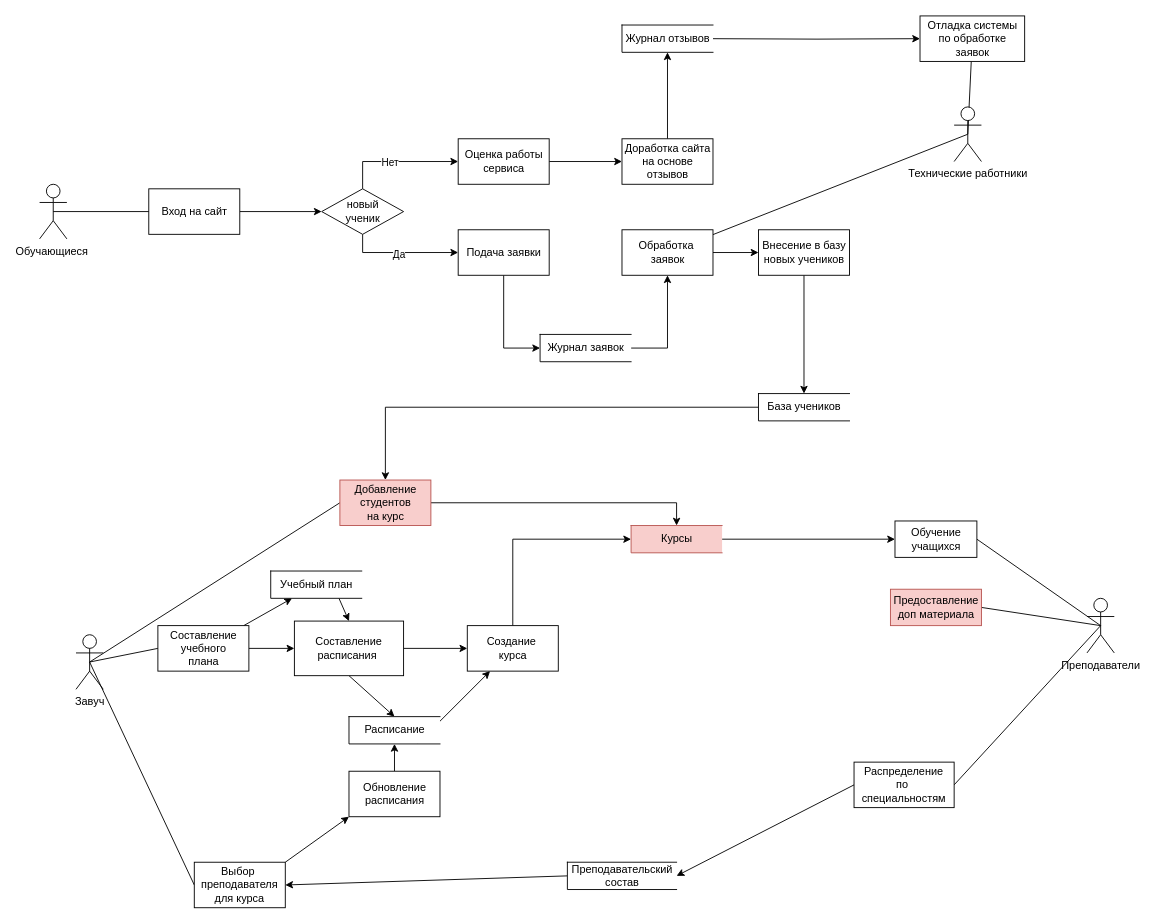
Above: DFD1.drawio in JKtheeone/Online-School (draw.io), before the change. Source tidied: cells renumbered, new cells numbered last; positions are measured from the earlier drawing's top-left corner, leaving out a move shared by most shapes. Both pictures are drawn from the tidied source at 91%, with x=0, y=0 at pixel (39, 15).
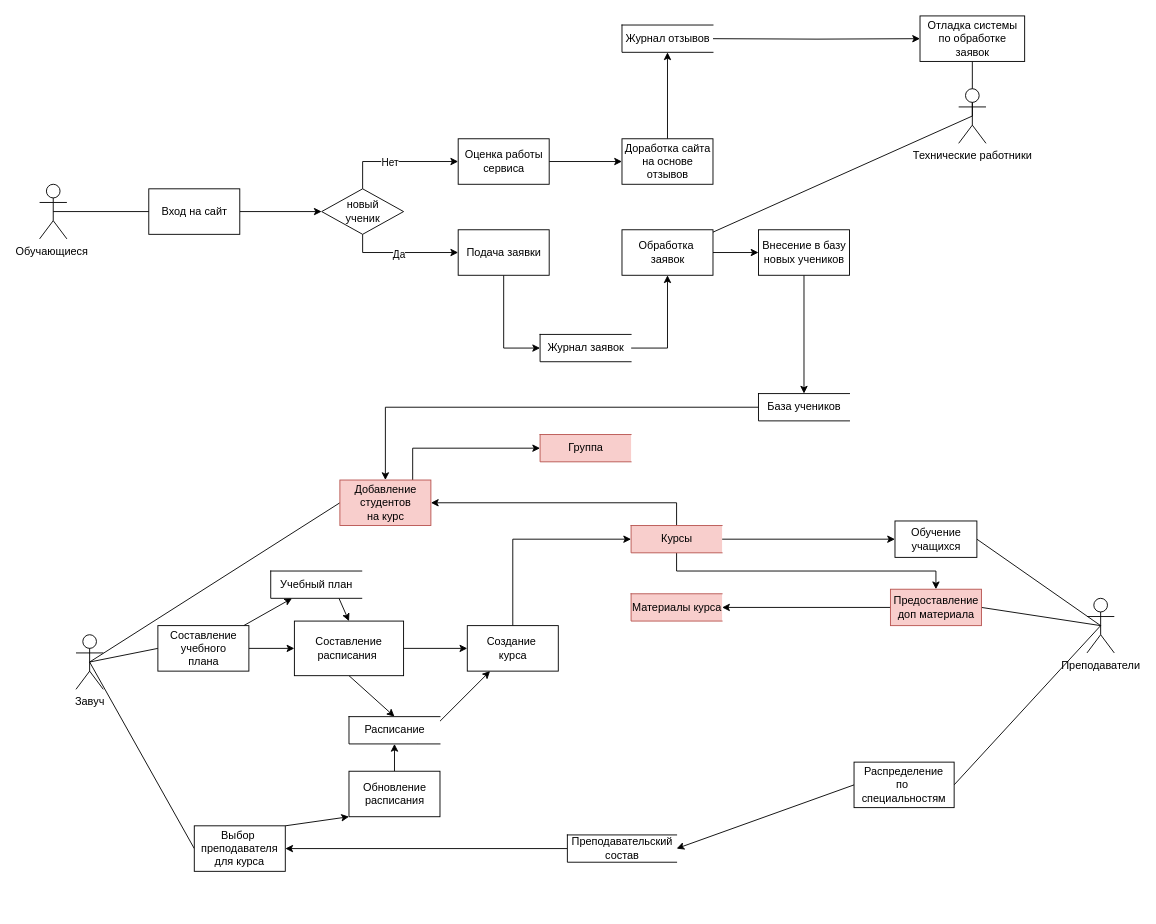
The same diagram, later.

The change refers to these unchanged cells:
```xml
<mxCell id="33" value="Курсы" style="html=1;dashed=0;whitespace=wrap;shape=partialRectangle;right=0;fillColor=#f8cecc;strokeColor=#b85450;" parent="1" vertex="1">
  <mxGeometry x="650" y="560" width="100" height="30" as="geometry" />
</mxCell>
<mxCell id="38" value="Предоставление&lt;br&gt;доп материала" style="html=1;dashed=0;whitespace=wrap;fillColor=#f8cecc;strokeColor=#b85450;" parent="1" vertex="1">
  <mxGeometry x="935" y="630" width="100" height="40" as="geometry" />
</mxCell>
<mxCell id="45" value="Добавление&lt;br&gt;студентов&lt;br&gt;на курс" style="html=1;dashed=0;whitespace=wrap;fillColor=#f8cecc;strokeColor=#b85450;" parent="1" vertex="1">
  <mxGeometry x="330" y="510" width="100" height="50" as="geometry" />
</mxCell>
```

Change to the diagram source:
```diff
@@
     <mxCell id="13" value="Технические работники" style="shape=umlActor;verticalLabelPosition=bottom;verticalAlign=top;html=1;outlineConnect=0;" parent="1" vertex="1">
-      <mxGeometry x="1005" y="100" width="30" height="60" as="geometry" />
+      <mxGeometry x="1010" y="80" width="30" height="60" as="geometry" />
     </mxCell>
@@
+    <mxCell id="65" style="edgeStyle=orthogonalEdgeStyle;rounded=0;jettySize=auto;html=1;" parent="1" edge="1" source="33" target="45">
+      <mxGeometry relative="1" as="geometry">
+        <Array as="points">
+          <mxPoint x="700" y="535" />
+        </Array>
+      </mxGeometry>
+    </mxCell>
+    <mxCell id="66" style="edgeStyle=orthogonalEdgeStyle;rounded=0;jettySize=auto;html=1;" parent="1" edge="1" source="33" target="38">
+      <mxGeometry relative="1" as="geometry">
+        <Array as="points">
+          <mxPoint x="700" y="610" />
+          <mxPoint x="985" y="610" />
+        </Array>
+      </mxGeometry>
+    </mxCell>
@@
+    <mxCell id="67" style="edgeStyle=orthogonalEdgeStyle;rounded=0;jettySize=auto;html=1;" parent="1" edge="1" source="38" target="70">
+      <mxGeometry relative="1" as="geometry" />
+    </mxCell>
@@
-    <mxCell id="44" style="edgeStyle=orthogonalEdgeStyle;rounded=0;jettySize=auto;html=1;exitX=1;exitY=0.5;exitDx=0;exitDy=0;entryX=0.5;entryY=0;entryDx=0;entryDy=0;" parent="1" edge="1" source="45" target="33">
-      <mxGeometry relative="1" as="geometry" />
-    </mxCell>
+    <mxCell id="68" style="edgeStyle=orthogonalEdgeStyle;rounded=0;jettySize=auto;html=1;" parent="1" edge="1" source="45" target="69">
+      <mxGeometry relative="1" as="geometry">
+        <Array as="points">
+          <mxPoint x="410" y="475" />
+        </Array>
+      </mxGeometry>
+    </mxCell>
@@
     <mxCell id="51" value="Выбор&amp;nbsp;&lt;br&gt;преподавателя&lt;br&gt;для курса" style="rounded=0;whiteSpace=wrap;html=1;" parent="1" vertex="1">
-      <mxGeometry x="170" y="930" width="100" height="50" as="geometry" />
+      <mxGeometry x="170" y="890" width="100" height="50" as="geometry" />
     </mxCell>
@@
     <mxCell id="55" value="Преподавательский&lt;br&gt;состав" style="html=1;dashed=0;whitespace=wrap;shape=partialRectangle;right=0;" parent="1" vertex="1">
-      <mxGeometry x="580" y="930" width="120" height="30" as="geometry" />
+      <mxGeometry x="580" y="900" width="120" height="30" as="geometry" />
     </mxCell>
@@
+    <mxCell id="69" value="Группа" style="html=1;dashed=0;whitespace=wrap;shape=partialRectangle;right=0;fillColor=#f8cecc;strokeColor=#b85450;" parent="1" vertex="1">
+      <mxGeometry x="550" y="460" width="100" height="30" as="geometry" />
+    </mxCell>
+    <mxCell id="70" value="Материалы курса" style="html=1;dashed=0;whitespace=wrap;shape=partialRectangle;right=0;fillColor=#f8cecc;strokeColor=#b85450;" parent="1" vertex="1">
+      <mxGeometry x="650" y="635" width="100" height="30" as="geometry" />
+    </mxCell>
```
